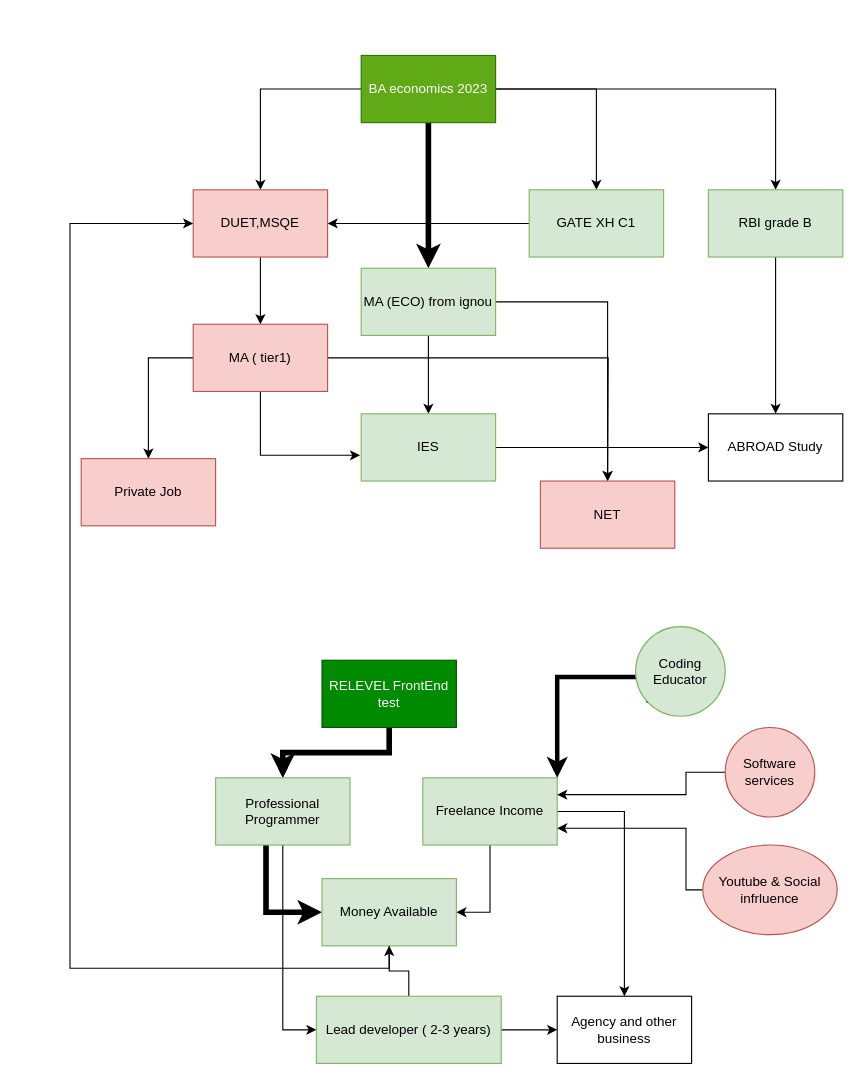
Above: IES.drawio in ravigarg001/musafir (draw.io), before the change. Source tidied: cells renumbered, new cells numbered last; positions are measured from the earlier drawing's top-left corner, leaving out a move shared by most shapes. Both pictures are drawn from the tidied source at 112%, with x=0, y=0 at pixel (69, 55).
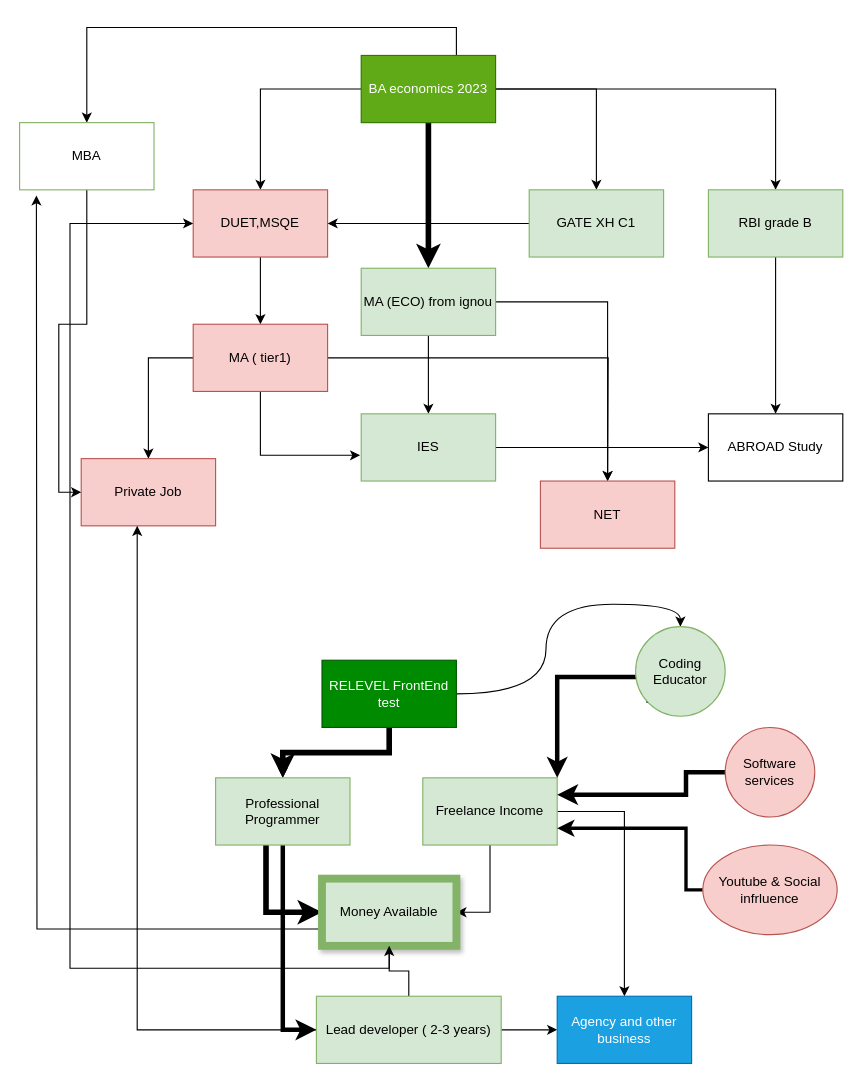
The same diagram, later.

Unchanged cells that the change refers to:
```xml
<mxCell id="6" value="BA economics 2023" style="rounded=0;whiteSpace=wrap;html=1;fillColor=#60a917;strokeColor=#2D7600;fontColor=#ffffff;" parent="1" vertex="1">
  <mxGeometry x="260" width="120" height="60" as="geometry" />
</mxCell>
<mxCell id="8" value="DUET,MSQE" style="whiteSpace=wrap;html=1;rounded=0;fillColor=#f8cecc;strokeColor=#b85450;" parent="1" vertex="1">
  <mxGeometry x="110" y="120" width="120" height="60" as="geometry" />
</mxCell>
<mxCell id="23" value="Private Job" style="rounded=0;whiteSpace=wrap;html=1;fillColor=#f8cecc;strokeColor=#b85450;" parent="1" vertex="1">
  <mxGeometry x="10" y="360" width="120" height="60" as="geometry" />
</mxCell>
<mxCell id="27" value="RELEVEL FrontEnd test" style="rounded=0;whiteSpace=wrap;html=1;fillColor=#008a00;strokeColor=#005700;fontColor=#ffffff;" parent="1" vertex="1">
  <mxGeometry x="225" y="540" width="120" height="60" as="geometry" />
</mxCell>
<mxCell id="30" value="Professional Programmer" style="rounded=0;whiteSpace=wrap;html=1;fillColor=#d5e8d4;strokeColor=#82b366;" parent="1" vertex="1">
  <mxGeometry x="130" y="645" width="120" height="60" as="geometry" />
</mxCell>
<mxCell id="33" value="Freelance Income" style="rounded=0;whiteSpace=wrap;html=1;fillColor=#d5e8d4;strokeColor=#82b366;" parent="1" vertex="1">
  <mxGeometry x="315" y="645" width="120" height="60" as="geometry" />
</mxCell>
<mxCell id="38" value="Lead developer ( 2-3 years)" style="rounded=0;whiteSpace=wrap;html=1;fillColor=#d5e8d4;strokeColor=#82b366;" parent="1" vertex="1">
  <mxGeometry x="220" y="840" width="165" height="60" as="geometry" />
</mxCell>
<mxCell id="41" value="Coding Educator" style="ellipse;whiteSpace=wrap;html=1;fillColor=#d5e8d4;strokeColor=#82b366;" parent="1" vertex="1">
  <mxGeometry x="505" y="510" width="80" height="80" as="geometry" />
</mxCell>
<mxCell id="43" value="Software services&lt;br&gt;" style="ellipse;whiteSpace=wrap;html=1;fillColor=#f8cecc;strokeColor=#b85450;" parent="1" vertex="1">
  <mxGeometry x="585" y="600" width="80" height="80" as="geometry" />
</mxCell>
<mxCell id="45" value="Youtube &amp;amp; Social infrluence&lt;br&gt;" style="ellipse;whiteSpace=wrap;html=1;fillColor=#f8cecc;strokeColor=#b85450;" parent="1" vertex="1">
  <mxGeometry x="565" y="705" width="120" height="80" as="geometry" />
</mxCell>
```

The edit, as a diff of the source:
```diff
@@
+    <mxCell id="46" style="edgeStyle=orthogonalEdgeStyle;jettySize=auto;html=1;exitX=1;exitY=0;exitDx=0;exitDy=0;entryX=0.5;entryY=0;entryDx=0;entryDy=0;strokeWidth=1;rounded=0;" parent="1" edge="1" source="6" target="51">
+      <mxGeometry relative="1" as="geometry">
+        <Array as="points">
+          <mxPoint x="345" />
+          <mxPoint x="345" y="-25" />
+          <mxPoint x="15" y="-25" />
+        </Array>
+      </mxGeometry>
+    </mxCell>
@@
+    <mxCell id="47" style="edgeStyle=orthogonalEdgeStyle;curved=1;jettySize=auto;html=1;entryX=0.5;entryY=0;entryDx=0;entryDy=0;strokeWidth=1;" parent="1" edge="1" source="27" target="41">
+      <mxGeometry relative="1" as="geometry" />
+    </mxCell>
@@
-    <mxCell id="29" style="edgeStyle=orthogonalEdgeStyle;rounded=0;jettySize=auto;html=1;entryX=0;entryY=0.5;entryDx=0;entryDy=0;" parent="1" edge="1" source="30" target="38">
+    <mxCell id="29" style="edgeStyle=orthogonalEdgeStyle;rounded=0;jettySize=auto;html=1;entryX=0;entryY=0.5;entryDx=0;entryDy=0;strokeWidth=4;" parent="1" edge="1" source="30" target="38">
       <mxGeometry relative="1" as="geometry" />
     </mxCell>
@@
     <mxCell id="34" style="edgeStyle=orthogonalEdgeStyle;rounded=0;jettySize=auto;html=1;entryX=0;entryY=0.5;entryDx=0;entryDy=0;" parent="1" edge="1" source="35" target="8">
       <mxGeometry relative="1" as="geometry">
         <Array as="points">
+          <mxPoint x="285" y="815" />
           <mxPoint y="815" />
           <mxPoint y="150" />
         </Array>
       </mxGeometry>
     </mxCell>
+    <mxCell id="48" style="edgeStyle=orthogonalEdgeStyle;rounded=0;jettySize=auto;html=1;exitX=0;exitY=0.75;exitDx=0;exitDy=0;strokeWidth=1;" parent="1" edge="1" source="35">
+      <mxGeometry relative="1" as="geometry">
+        <mxPoint x="-30" y="125" as="targetPoint" />
+      </mxGeometry>
+    </mxCell>
-    <mxCell id="35" value="Money Available&lt;br&gt;" style="rounded=0;whiteSpace=wrap;html=1;fillColor=#d5e8d4;strokeColor=#82b366;" parent="1" vertex="1">
+    <mxCell id="35" value="Money Available&lt;br&gt;" style="rounded=0;whiteSpace=wrap;html=1;fillColor=#d5e8d4;strokeColor=#82b366;strokeWidth=7;perimeterSpacing=0;sketch=0;shadow=1;glass=0;" parent="1" vertex="1">
       <mxGeometry x="225" y="735" width="120" height="60" as="geometry" />
     </mxCell>
@@
+    <mxCell id="49" style="edgeStyle=orthogonalEdgeStyle;rounded=0;jettySize=auto;html=1;strokeWidth=1;" parent="1" edge="1" source="38" target="23">
+      <mxGeometry relative="1" as="geometry">
+        <Array as="points">
+          <mxPoint x="60" y="870" />
+        </Array>
+      </mxGeometry>
+    </mxCell>
@@
-    <mxCell id="39" value="Agency and other business" style="rounded=0;whiteSpace=wrap;html=1;" parent="1" vertex="1">
+    <mxCell id="39" value="Agency and other business" style="rounded=0;whiteSpace=wrap;html=1;fillColor=#1ba1e2;fontColor=#ffffff;strokeColor=#006EAF;" parent="1" vertex="1">
       <mxGeometry x="435" y="840" width="120" height="60" as="geometry" />
     </mxCell>
@@
-    <mxCell id="42" style="edgeStyle=orthogonalEdgeStyle;rounded=0;jettySize=auto;html=1;exitX=0;exitY=0.5;exitDx=0;exitDy=0;entryX=1;entryY=0.25;entryDx=0;entryDy=0;" parent="1" edge="1" source="43" target="33">
+    <mxCell id="42" style="edgeStyle=orthogonalEdgeStyle;rounded=0;jettySize=auto;html=1;exitX=0;exitY=0.5;exitDx=0;exitDy=0;entryX=1;entryY=0.25;entryDx=0;entryDy=0;strokeWidth=4;" parent="1" edge="1" source="43" target="33">
       <mxGeometry relative="1" as="geometry">
         <Array as="points">
           <mxPoint x="550" y="640" />
           <mxPoint x="550" y="660" />
         </Array>
       </mxGeometry>
     </mxCell>
@@
-    <mxCell id="44" style="edgeStyle=orthogonalEdgeStyle;rounded=0;jettySize=auto;html=1;entryX=1;entryY=0.75;entryDx=0;entryDy=0;" parent="1" edge="1" source="45" target="33">
+    <mxCell id="44" style="edgeStyle=orthogonalEdgeStyle;rounded=0;jettySize=auto;html=1;entryX=1;entryY=0.75;entryDx=0;entryDy=0;strokeWidth=3;" parent="1" edge="1" source="45" target="33">
       <mxGeometry relative="1" as="geometry">
         <Array as="points">
           <mxPoint x="550" y="745" />
           <mxPoint x="550" y="690" />
         </Array>
       </mxGeometry>
     </mxCell>
@@
+    <mxCell id="50" style="edgeStyle=orthogonalEdgeStyle;rounded=0;jettySize=auto;html=1;entryX=0;entryY=0.5;entryDx=0;entryDy=0;strokeWidth=1;" parent="1" edge="1" source="51" target="23">
+      <mxGeometry relative="1" as="geometry" />
+    </mxCell>
+    <mxCell id="51" value="MBA" style="rounded=0;whiteSpace=wrap;html=1;strokeColor=#82B366;" parent="1" vertex="1">
+      <mxGeometry x="-45" y="60" width="120" height="60" as="geometry" />
+    </mxCell>
```
